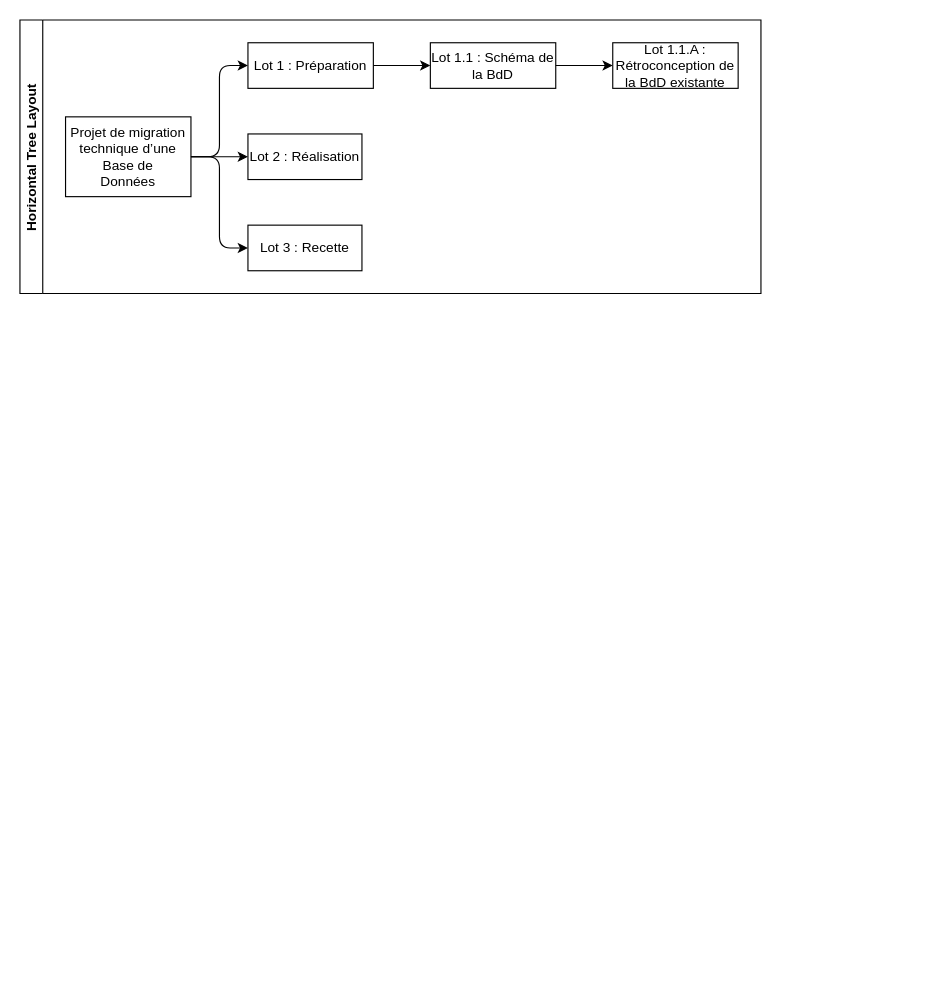
Earlier version of the draw.io diagram TD/TD1/Organigramme_TD1_R2_10.drawio (emeraudeLa/R2.10_GestionProjet). Source tidied: cells renumbered, new cells numbered last; positions are measured from the earlier drawing's top-left corner, leaving out a move shared by most shapes. Both pictures are drawn from the tidied source at 114%, with x=0, y=0 at pixel (19, 19).
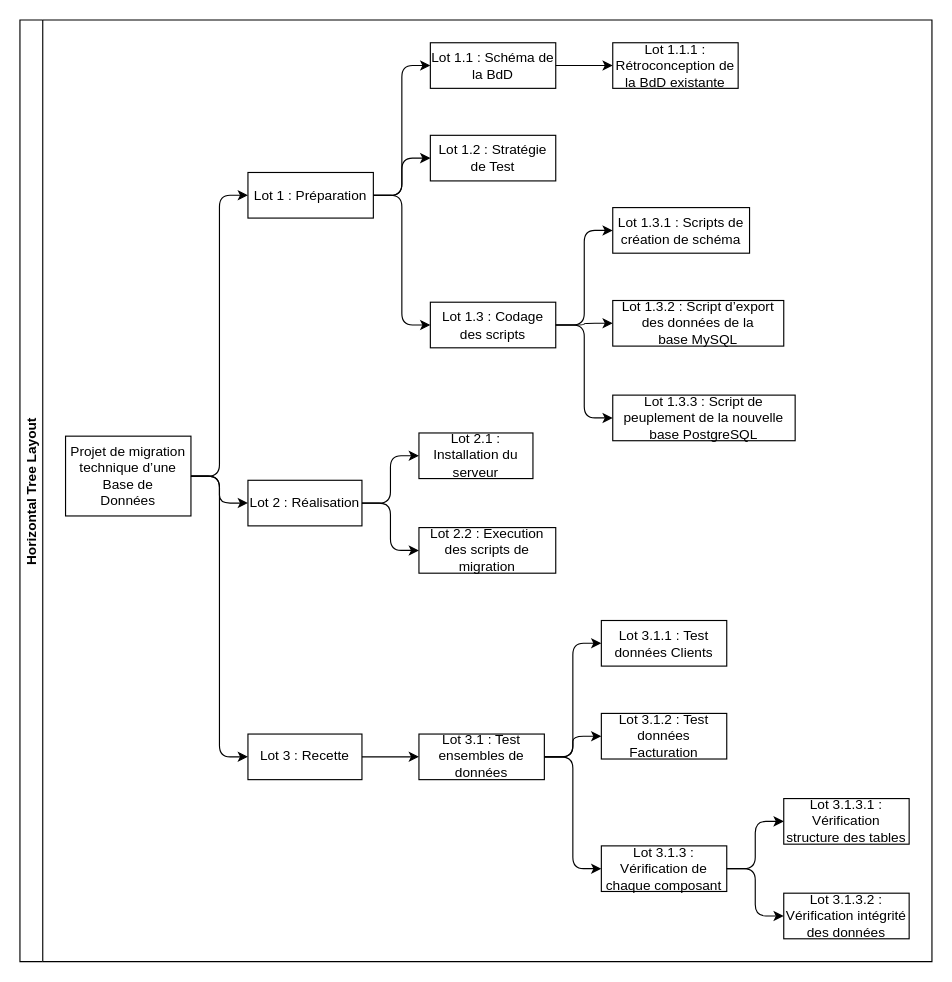
The same diagram, later.

Commit message (it also covers changes not shown here):
Mettre à jour Organigramme_TD1_R2_10.drawio

Diff of the diagram source:
```diff
@@
     <mxCell id="2" value="Horizontal Tree Layout" style="swimlane;startSize=20;horizontal=0;horizontalTree=1;sortEdges=1;containerType=tree;fontSize=12;" parent="1" vertex="1">
-      <mxGeometry width="650" height="240" as="geometry" />
+      <mxGeometry width="800" height="826" as="geometry" />
     </mxCell>
     <mxCell id="3" value="Projet de migration technique d’une Base de&lt;br&gt;Données" style="whiteSpace=wrap;html=1;" parent="2" vertex="1">
-      <mxGeometry x="40" y="85" width="110" height="70" as="geometry" />
+      <mxGeometry x="40" y="365.1" width="110" height="70" as="geometry" />
     </mxCell>
     <mxCell id="4" value="Lot 1 : Préparation" style="whiteSpace=wrap;html=1;" parent="2" vertex="1">
-      <mxGeometry x="200" y="20" width="110" height="40" as="geometry" />
+      <mxGeometry x="200" y="133.8" width="110" height="40" as="geometry" />
     </mxCell>
@@
     <mxCell id="6" value="Lot 2 : Réalisation" style="whiteSpace=wrap;html=1;" parent="2" vertex="1">
-      <mxGeometry x="200" y="100" width="100" height="40" as="geometry" />
+      <mxGeometry x="200" y="403.8" width="100" height="40" as="geometry" />
     </mxCell>
@@
     <mxCell id="11" value="Lot 3 : Recette" style="whiteSpace=wrap;html=1;" parent="2" vertex="1">
-      <mxGeometry x="200" y="180" width="100" height="40" as="geometry" />
+      <mxGeometry x="200" y="626.4" width="100" height="40" as="geometry" />
     </mxCell>
@@
-    <mxCell id="13" value="Lot 1.1.A : Rétroconception de la BdD existante" style="whiteSpace=wrap;html=1;" parent="2" vertex="1">
+    <mxCell id="13" value="Lot 1.1.1 : Rétroconception de la BdD existante" style="whiteSpace=wrap;html=1;" parent="2" vertex="1">
       <mxGeometry x="520" y="20" width="110" height="40" as="geometry" />
     </mxCell>
+    <mxCell id="14" style="edgeStyle=elbowEdgeStyle;elbow=horizontal;html=1;rounded=1;curved=0;sourcePerimeterSpacing=0;targetPerimeterSpacing=0;startSize=6;endSize=6;" parent="2" edge="1" source="4" target="15">
+      <mxGeometry relative="1" as="geometry" />
+    </mxCell>
+    <mxCell id="15" value="Lot 1.2 : Stratégie de Test" style="whiteSpace=wrap;html=1;" parent="2" vertex="1">
+      <mxGeometry x="360" y="101.2" width="110" height="40" as="geometry" />
+    </mxCell>
+    <mxCell id="16" style="edgeStyle=elbowEdgeStyle;elbow=horizontal;html=1;rounded=1;curved=0;sourcePerimeterSpacing=0;targetPerimeterSpacing=0;startSize=6;endSize=6;" parent="2" edge="1" source="4" target="17">
+      <mxGeometry relative="1" as="geometry" />
+    </mxCell>
+    <mxCell id="17" value="Lot 1.3 : Codage des scripts" style="whiteSpace=wrap;html=1;" parent="2" vertex="1">
+      <mxGeometry x="360" y="247.6" width="110" height="40" as="geometry" />
+    </mxCell>
+    <mxCell id="18" style="edgeStyle=elbowEdgeStyle;elbow=horizontal;html=1;rounded=1;curved=0;sourcePerimeterSpacing=0;targetPerimeterSpacing=0;startSize=6;endSize=6;" parent="2" edge="1" source="17" target="19">
+      <mxGeometry relative="1" as="geometry" />
+    </mxCell>
+    <mxCell id="19" value="Lot 1.3.1 : Scripts de création de schéma" style="whiteSpace=wrap;html=1;" parent="2" vertex="1">
+      <mxGeometry x="520" y="164.6" width="120" height="40" as="geometry" />
+    </mxCell>
+    <mxCell id="20" style="edgeStyle=elbowEdgeStyle;elbow=horizontal;html=1;rounded=1;curved=0;sourcePerimeterSpacing=0;targetPerimeterSpacing=0;startSize=6;endSize=6;" parent="2" edge="1" source="17" target="21">
+      <mxGeometry relative="1" as="geometry" />
+    </mxCell>
+    <mxCell id="21" value="Lot 1.3.2 : Script d’export des données de la&lt;br&gt;base MySQL" style="whiteSpace=wrap;html=1;" parent="2" vertex="1">
+      <mxGeometry x="520" y="246.1" width="150" height="40" as="geometry" />
+    </mxCell>
+    <mxCell id="22" style="edgeStyle=elbowEdgeStyle;elbow=horizontal;html=1;rounded=1;curved=0;sourcePerimeterSpacing=0;targetPerimeterSpacing=0;startSize=6;endSize=6;" parent="2" edge="1" source="17" target="23">
+      <mxGeometry relative="1" as="geometry" />
+    </mxCell>
+    <mxCell id="23" value="Lot 1.3.3 : Script de peuplement de la nouvelle base PostgreSQL" style="whiteSpace=wrap;html=1;" parent="2" vertex="1">
+      <mxGeometry x="520" y="329.1" width="160" height="40" as="geometry" />
+    </mxCell>
+    <mxCell id="24" style="edgeStyle=elbowEdgeStyle;elbow=horizontal;html=1;rounded=1;curved=0;sourcePerimeterSpacing=0;targetPerimeterSpacing=0;startSize=6;endSize=6;" parent="2" edge="1" source="6" target="25">
+      <mxGeometry relative="1" as="geometry" />
+    </mxCell>
+    <mxCell id="25" value="Lot 2.1 : Installation du serveur" style="whiteSpace=wrap;html=1;" parent="2" vertex="1">
+      <mxGeometry x="350" y="362.3" width="100" height="40" as="geometry" />
+    </mxCell>
+    <mxCell id="26" style="edgeStyle=elbowEdgeStyle;elbow=horizontal;html=1;rounded=1;curved=0;sourcePerimeterSpacing=0;targetPerimeterSpacing=0;startSize=6;endSize=6;" parent="2" edge="1" source="6" target="27">
+      <mxGeometry relative="1" as="geometry" />
+    </mxCell>
+    <mxCell id="27" value="Lot 2.2 : Execution des scripts de migration" style="whiteSpace=wrap;html=1;" parent="2" vertex="1">
+      <mxGeometry x="350" y="445.3" width="120" height="40" as="geometry" />
+    </mxCell>
+    <mxCell id="28" style="edgeStyle=elbowEdgeStyle;elbow=horizontal;html=1;rounded=1;curved=0;sourcePerimeterSpacing=0;targetPerimeterSpacing=0;startSize=6;endSize=6;" parent="2" edge="1" source="11" target="29">
+      <mxGeometry relative="1" as="geometry" />
+    </mxCell>
+    <mxCell id="29" value="Lot 3.1 : Test ensembles de données" style="whiteSpace=wrap;html=1;" parent="2" vertex="1">
+      <mxGeometry x="350" y="626.4" width="110" height="40" as="geometry" />
+    </mxCell>
+    <mxCell id="30" style="edgeStyle=elbowEdgeStyle;elbow=horizontal;html=1;rounded=1;curved=0;sourcePerimeterSpacing=0;targetPerimeterSpacing=0;startSize=6;endSize=6;" parent="2" edge="1" source="29" target="31">
+      <mxGeometry relative="1" as="geometry" />
+    </mxCell>
+    <mxCell id="31" value="Lot 3.1.1 : Test données Clients" style="whiteSpace=wrap;html=1;" parent="2" vertex="1">
+      <mxGeometry x="510" y="526.8" width="110" height="40" as="geometry" />
+    </mxCell>
+    <mxCell id="32" style="edgeStyle=elbowEdgeStyle;elbow=horizontal;html=1;rounded=1;curved=0;sourcePerimeterSpacing=0;targetPerimeterSpacing=0;startSize=6;endSize=6;" parent="2" edge="1" source="29" target="33">
+      <mxGeometry relative="1" as="geometry" />
+    </mxCell>
+    <mxCell id="33" value="Lot 3.1.2 : Test données Facturation" style="whiteSpace=wrap;html=1;" parent="2" vertex="1">
+      <mxGeometry x="510" y="608.3" width="110" height="40" as="geometry" />
+    </mxCell>
+    <mxCell id="34" style="edgeStyle=elbowEdgeStyle;elbow=horizontal;html=1;rounded=1;curved=0;sourcePerimeterSpacing=0;targetPerimeterSpacing=0;startSize=6;endSize=6;" parent="2" edge="1" source="29" target="35">
+      <mxGeometry relative="1" as="geometry" />
+    </mxCell>
+    <mxCell id="35" value="Lot 3.1.3 : Vérification de chaque composant" style="whiteSpace=wrap;html=1;" parent="2" vertex="1">
+      <mxGeometry x="510" y="724.5" width="110" height="40" as="geometry" />
+    </mxCell>
+    <mxCell id="36" style="edgeStyle=elbowEdgeStyle;elbow=horizontal;html=1;rounded=1;curved=0;sourcePerimeterSpacing=0;targetPerimeterSpacing=0;startSize=6;endSize=6;" parent="2" edge="1" source="35" target="37">
+      <mxGeometry relative="1" as="geometry" />
+    </mxCell>
+    <mxCell id="37" value="Lot 3.1.3.1 : Vérification structure des tables" style="whiteSpace=wrap;html=1;" parent="2" vertex="1">
+      <mxGeometry x="670" y="683" width="110" height="40" as="geometry" />
+    </mxCell>
+    <mxCell id="38" style="edgeStyle=elbowEdgeStyle;elbow=horizontal;html=1;rounded=1;curved=0;sourcePerimeterSpacing=0;targetPerimeterSpacing=0;startSize=6;endSize=6;" parent="2" edge="1" source="35" target="39">
+      <mxGeometry relative="1" as="geometry" />
+    </mxCell>
+    <mxCell id="39" value="Lot 3.1.3.2 : Vérification intégrité des données" style="whiteSpace=wrap;html=1;" parent="2" vertex="1">
+      <mxGeometry x="670" y="766" width="110" height="40" as="geometry" />
+    </mxCell>
```
